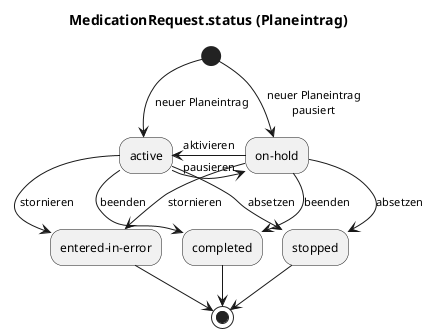
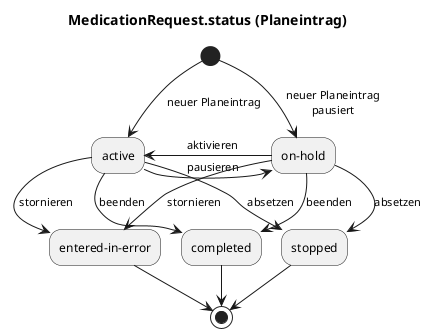
@startuml
title MedicationRequest.status (Planeintrag)

(*) -d-> [neuer Planeintrag] active
(*) -d-> [neuer Planeintrag\npausiert] "on-hold"
- "on-hold" -l-> [aktivieren] active
+ "on-hold" -l-> [           aktivieren        ] active
"on-hold" -d-> [stornieren] "entered-in-error"
"on-hold" -d-> [absetzen] stopped
"on-hold" -d-> [beenden] completed
active -d-> [absetzen] stopped
active -d-> [beenden] completed
- active -r-> [pausieren] "on-hold"
+ active -r-> [          pausieren       ] "on-hold"
active -d-> [stornieren] "entered-in-error"
stopped -d-> (*)
"entered-in-error" -d-> (*)
completed -d-> (*)
@enduml